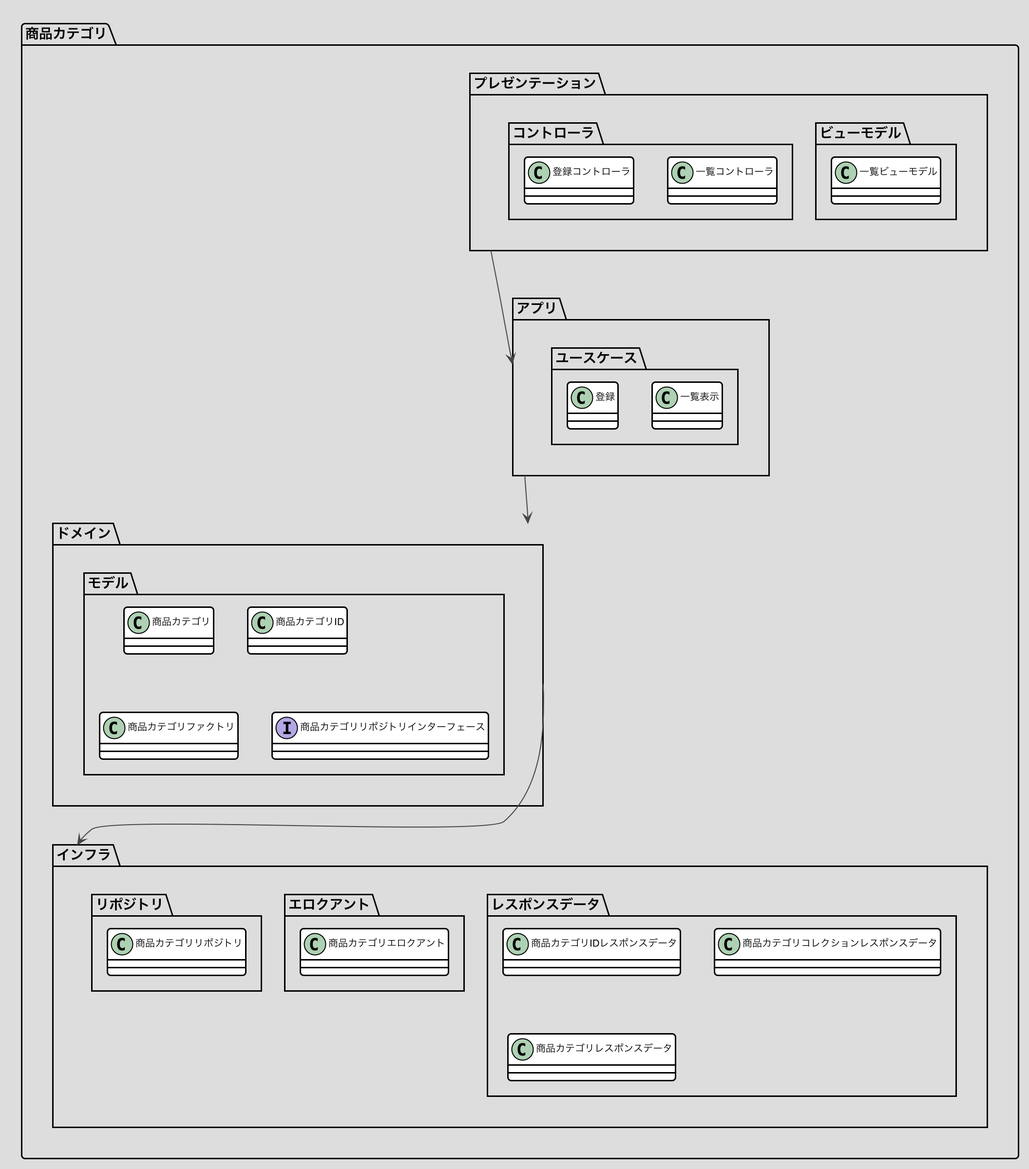
Before: docs/画像/商品カテゴリ.png, a diagram exported from PlantUML (nomura-kainos/japanese-ddd-sample). The source it was exported from:
```plantuml
@startuml

skinparam Actor {
    BackgroundColor black
    BorderColor black
    FontColor 454645
}

skinparam Boundary {
    BackgroundColor white
    BorderColor 454645
    FontColor 454645
}

skinparam Entity {
    BackgroundColor white
    BorderColor 454645
    FontColor 454645
}

skinparam Control {
    BackgroundColor white
    BorderColor 454645
    FontColor 454645
}

skinparam Usecase {
    BackgroundColor white
    BorderColor 999999
}

skinparam Note {
    BackgroundColor white
    BorderColor 454645
    FontColor 454645
}

skinparam Class {
    BackgroundColor white
    BorderColor black
    ArrowColor black
    FontColor black
    FontSize 10
    FontName Helvetica
}

skinparam BackgroundColor DDDDDD
skinparam Shadowing false
skinparam RoundCorner 7
skinparam ArrowColor 454645
skinparam FontColor 454645

プレゼンテーション ---> アプリ
アプリ ---> ドメイン
ドメイン ---> インフラ

package 商品カテゴリ <<Folder>> {
 package プレゼンテーション {
  package ビューモデル {
   class 一覧ビューモデル
  }
  package コントローラ {
   class 一覧コントローラ
   class 登録コントローラ
  }
 }
 package アプリ {
  package ユースケース {
   class 一覧表示
   class 登録
  }
 }
 package ドメイン {
  package モデル {
   class 商品カテゴリ
   class 商品カテゴリID
   class 商品カテゴリファクトリ
   interface 商品カテゴリリポジトリインターフェース
  }
 }
 package インフラ {
  package レスポンスデータ {
   class 商品カテゴリIDレスポンスデータ
   class 商品カテゴリコレクションレスポンスデータ
   class 商品カテゴリレスポンスデータ
  }
  package エロクアント {
   class 商品カテゴリエロクアント
  }
  package リポジトリ {
   class 商品カテゴリリポジトリ
  }
 }
}

@enduml
```
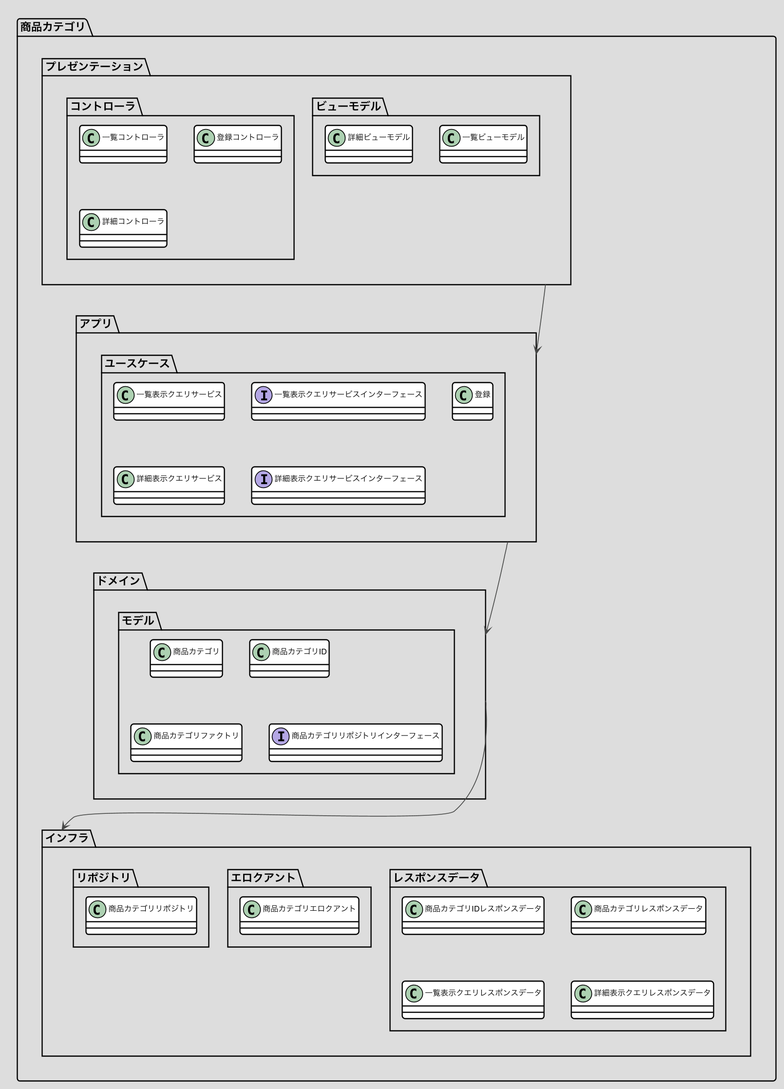
The same diagram one commit later.

What changed in the source:
```diff
@@ -58,16 +58,21 @@
  package プレゼンテーション {
   package ビューモデル {
    class 一覧ビューモデル
+   class 詳細ビューモデル
   }
   package コントローラ {
    class 一覧コントローラ
    class 登録コントローラ
+   class 詳細コントローラ
   }
  }
  package アプリ {
   package ユースケース {
-   class 一覧表示
+   class 一覧表示クエリサービス
+   interface 一覧表示クエリサービスインターフェース
    class 登録
+   class 詳細表示クエリサービス
+   interface 詳細表示クエリサービスインターフェース
   }
  }
  package ドメイン {
@@ -81,13 +86,16 @@
  package インフラ {
   package レスポンスデータ {
    class 商品カテゴリIDレスポンスデータ
-   class 商品カテゴリコレクションレスポンスデータ
    class 商品カテゴリレスポンスデータ
+   class 一覧表示クエリレスポンスデータ
+   class 詳細表示クエリレスポンスデータ
   }
   package エロクアント {
    class 商品カテゴリエロクアント
   }
   package リポジトリ {
+   class 一覧表示クエリサービス
+   class 詳細表示クエリサービス
    class 商品カテゴリリポジトリ
   }
  }
```
